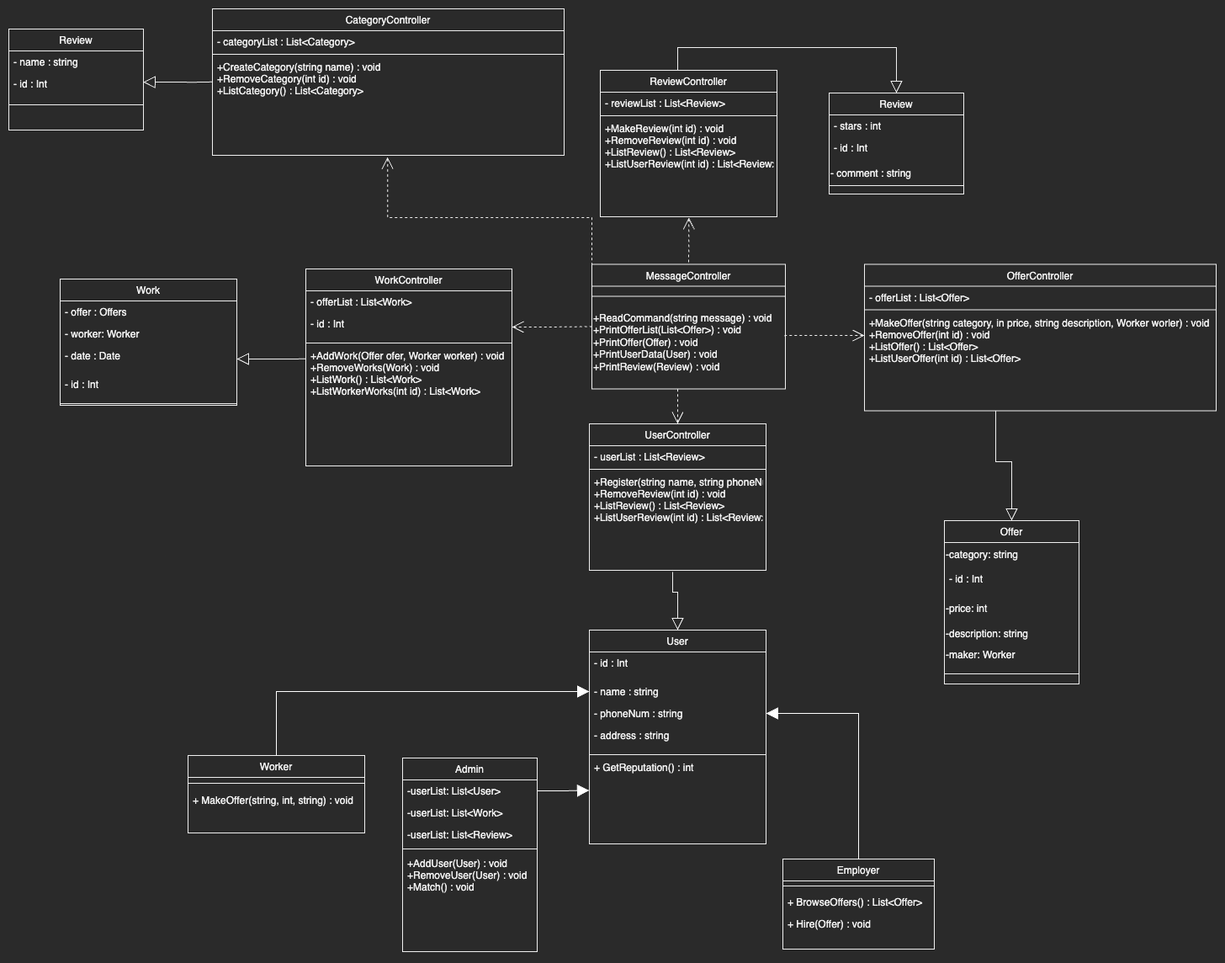
Earlier version of the draw.io export UML_Proyecto.png (FranciscoAlonsoE/Proyecto). Source tidied: cells renumbered, new cells last; positions are measured from the earlier drawing's top-left corner, leaving out a move shared by most shapes.
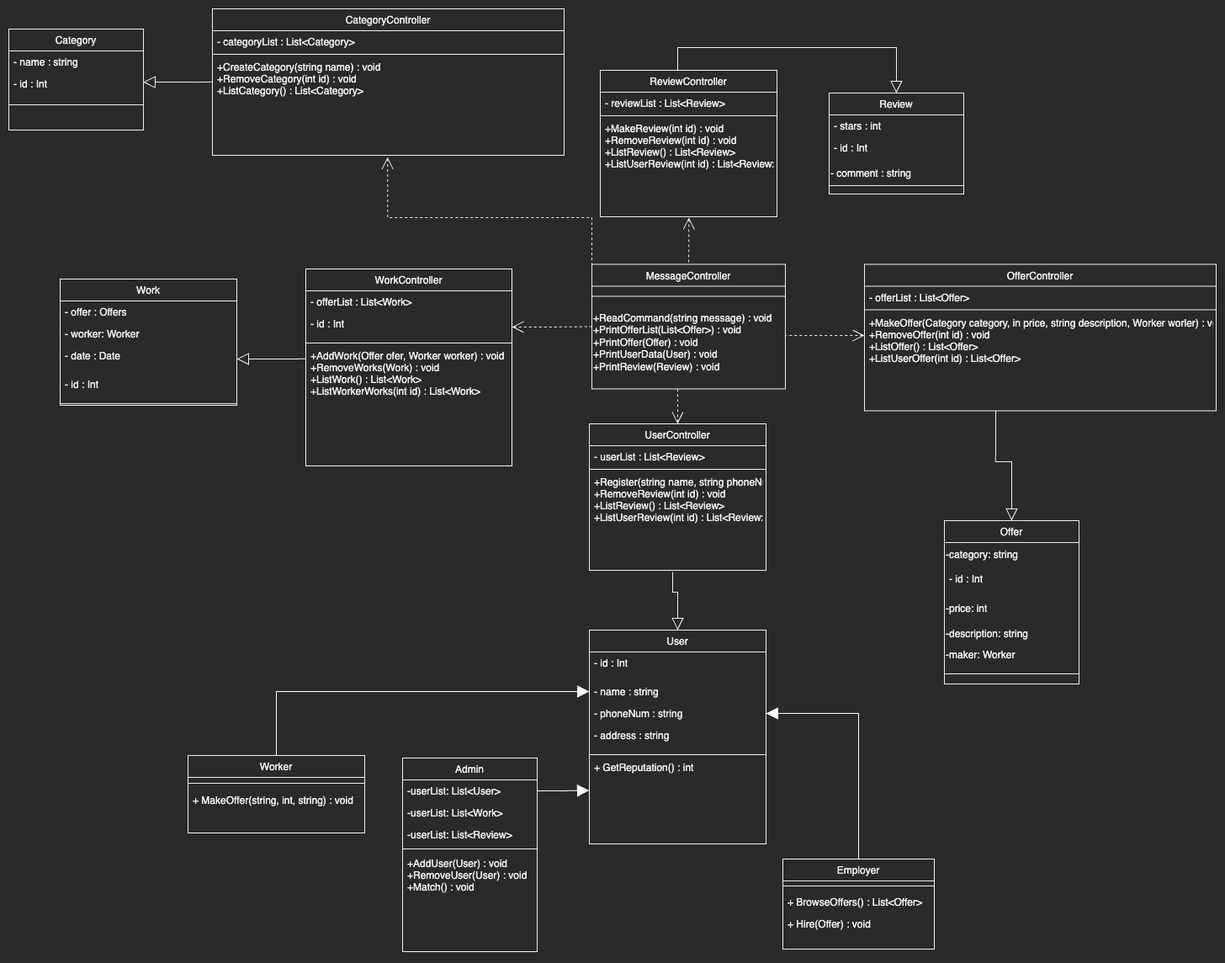
Above is the later version.

Change to the diagram source:
```diff
@@ -161,7 +161,7 @@
     <mxCell id="54" style="line;html=1;strokeWidth=1;align=left;verticalAlign=middle;spacingTop=-1;spacingLeft=3;spacingRight=3;labelPosition=right;" parent="52" vertex="1">
       <mxGeometry y="52" width="418" height="4" as="geometry" />
     </mxCell>
-    <mxCell id="55" value="+MakeOffer(string category, in price, string description, Worker worler) : void&#10;+RemoveOffer(int id) : void&#10;+ListOffer() : List&lt;Offer&gt;&#10;+ListUserOffer(int id) : List&lt;Offer&gt;" style="text;align=left;verticalAlign=top;spacingLeft=4;spacingRight=4;overflow=hidden;points=[[0,0.5],[1,0.5]];portConstraint=eastwest;" parent="52" vertex="1">
+    <mxCell id="55" value="+MakeOffer(Category category, in price, string description, Worker worler) : void&#10;+RemoveOffer(int id) : void&#10;+ListOffer() : List&lt;Offer&gt;&#10;+ListUserOffer(int id) : List&lt;Offer&gt;" style="text;align=left;verticalAlign=top;spacingLeft=4;spacingRight=4;overflow=hidden;points=[[0,0.5],[1,0.5]];portConstraint=eastwest;" parent="52" vertex="1">
       <mxGeometry y="56" width="418" height="118" as="geometry" />
     </mxCell>
     <mxCell id="56" value="UserController" style="swimlane;fontStyle=0;align=center;verticalAlign=top;horizontal=1;startSize=26;rounded=0;shadow=0;strokeWidth=1;" parent="1" vertex="1">
@@ -249,7 +249,7 @@
     <mxCell id="74" value="+CreateCategory(string name) : void&#10;+RemoveCategory(int id) : void&#10;+ListCategory() : List&lt;Category&gt;" style="text;align=left;verticalAlign=top;spacingLeft=4;spacingRight=4;overflow=hidden;points=[[0,0.5],[1,0.5]];portConstraint=eastwest;" parent="71" vertex="1">
       <mxGeometry y="56" width="418" height="118" as="geometry" />
     </mxCell>
-    <mxCell id="75" value="Review" style="swimlane;fontStyle=0;align=center;verticalAlign=top;horizontal=1;startSize=26;rounded=0;shadow=0;strokeWidth=1;" parent="1" vertex="1">
+    <mxCell id="75" value="Category" style="swimlane;fontStyle=0;align=center;verticalAlign=top;horizontal=1;startSize=26;rounded=0;shadow=0;strokeWidth=1;" parent="1" vertex="1">
       <mxGeometry y="24" width="160" height="120" as="geometry" />
     </mxCell>
     <mxCell id="76" value="- name : string" style="text;align=left;verticalAlign=top;spacingLeft=4;spacingRight=4;overflow=hidden;" parent="75" vertex="1">
```
